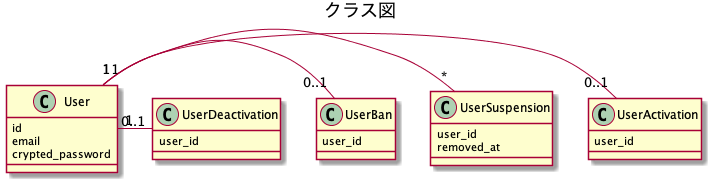
Above: out/docs/diagrams/src/class/クラス図.png in nagamoto/state-machine-sample (PlantUML), before the change.
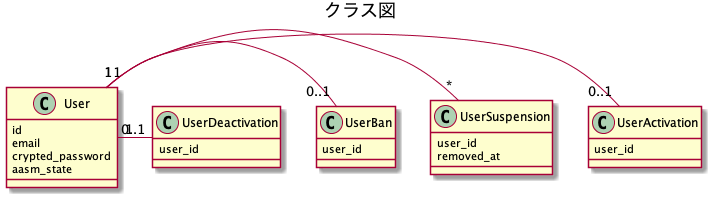
The same diagram one commit later.

Commit message:
クラス図にaasm_stateを追加

The edit, as a diff of the source:
```diff
@@ -5,6 +5,7 @@
   id
   email
   crypted_password
+  aasm_state
 }
 
 class UserActivation {
```
